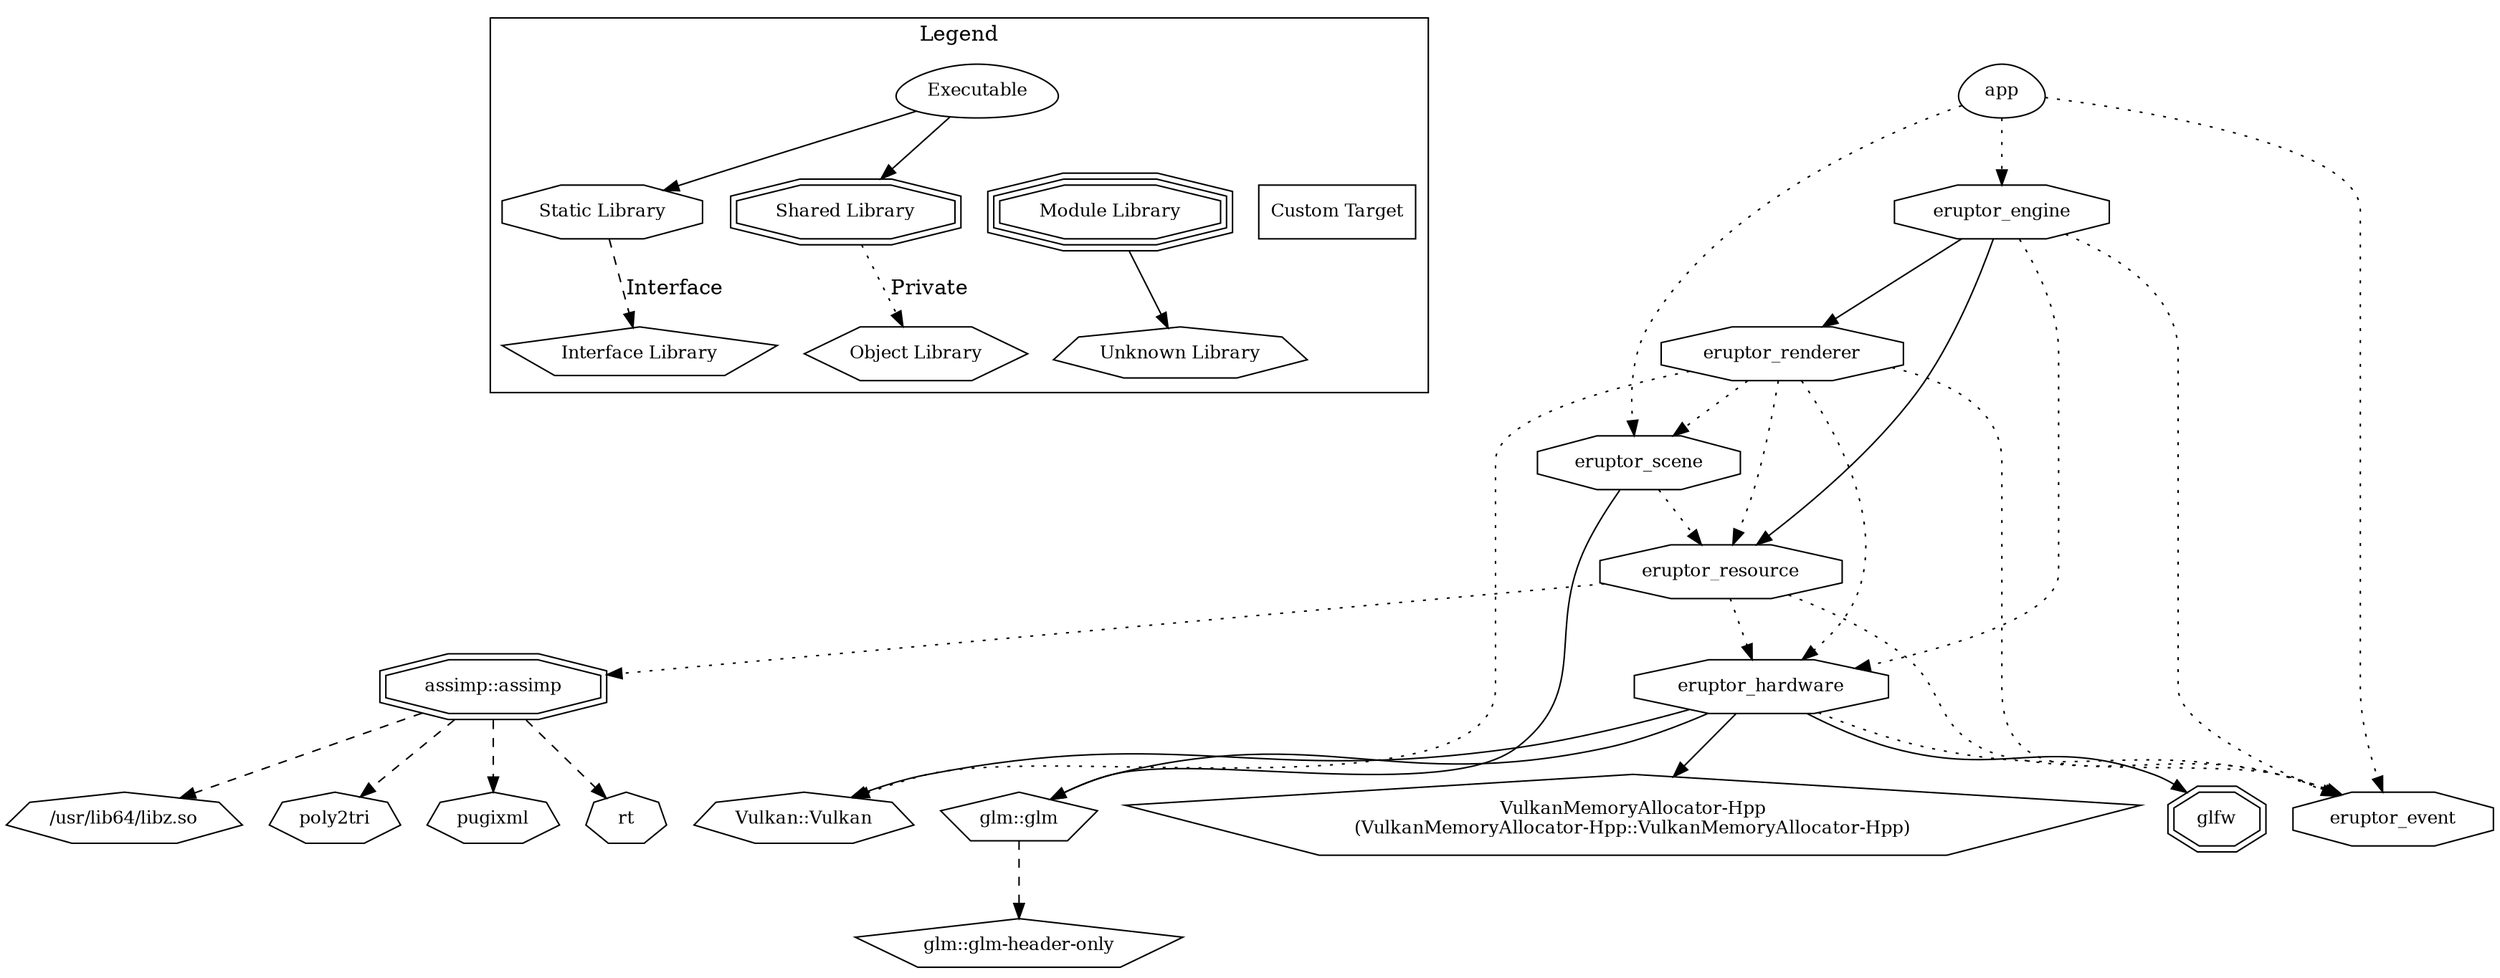
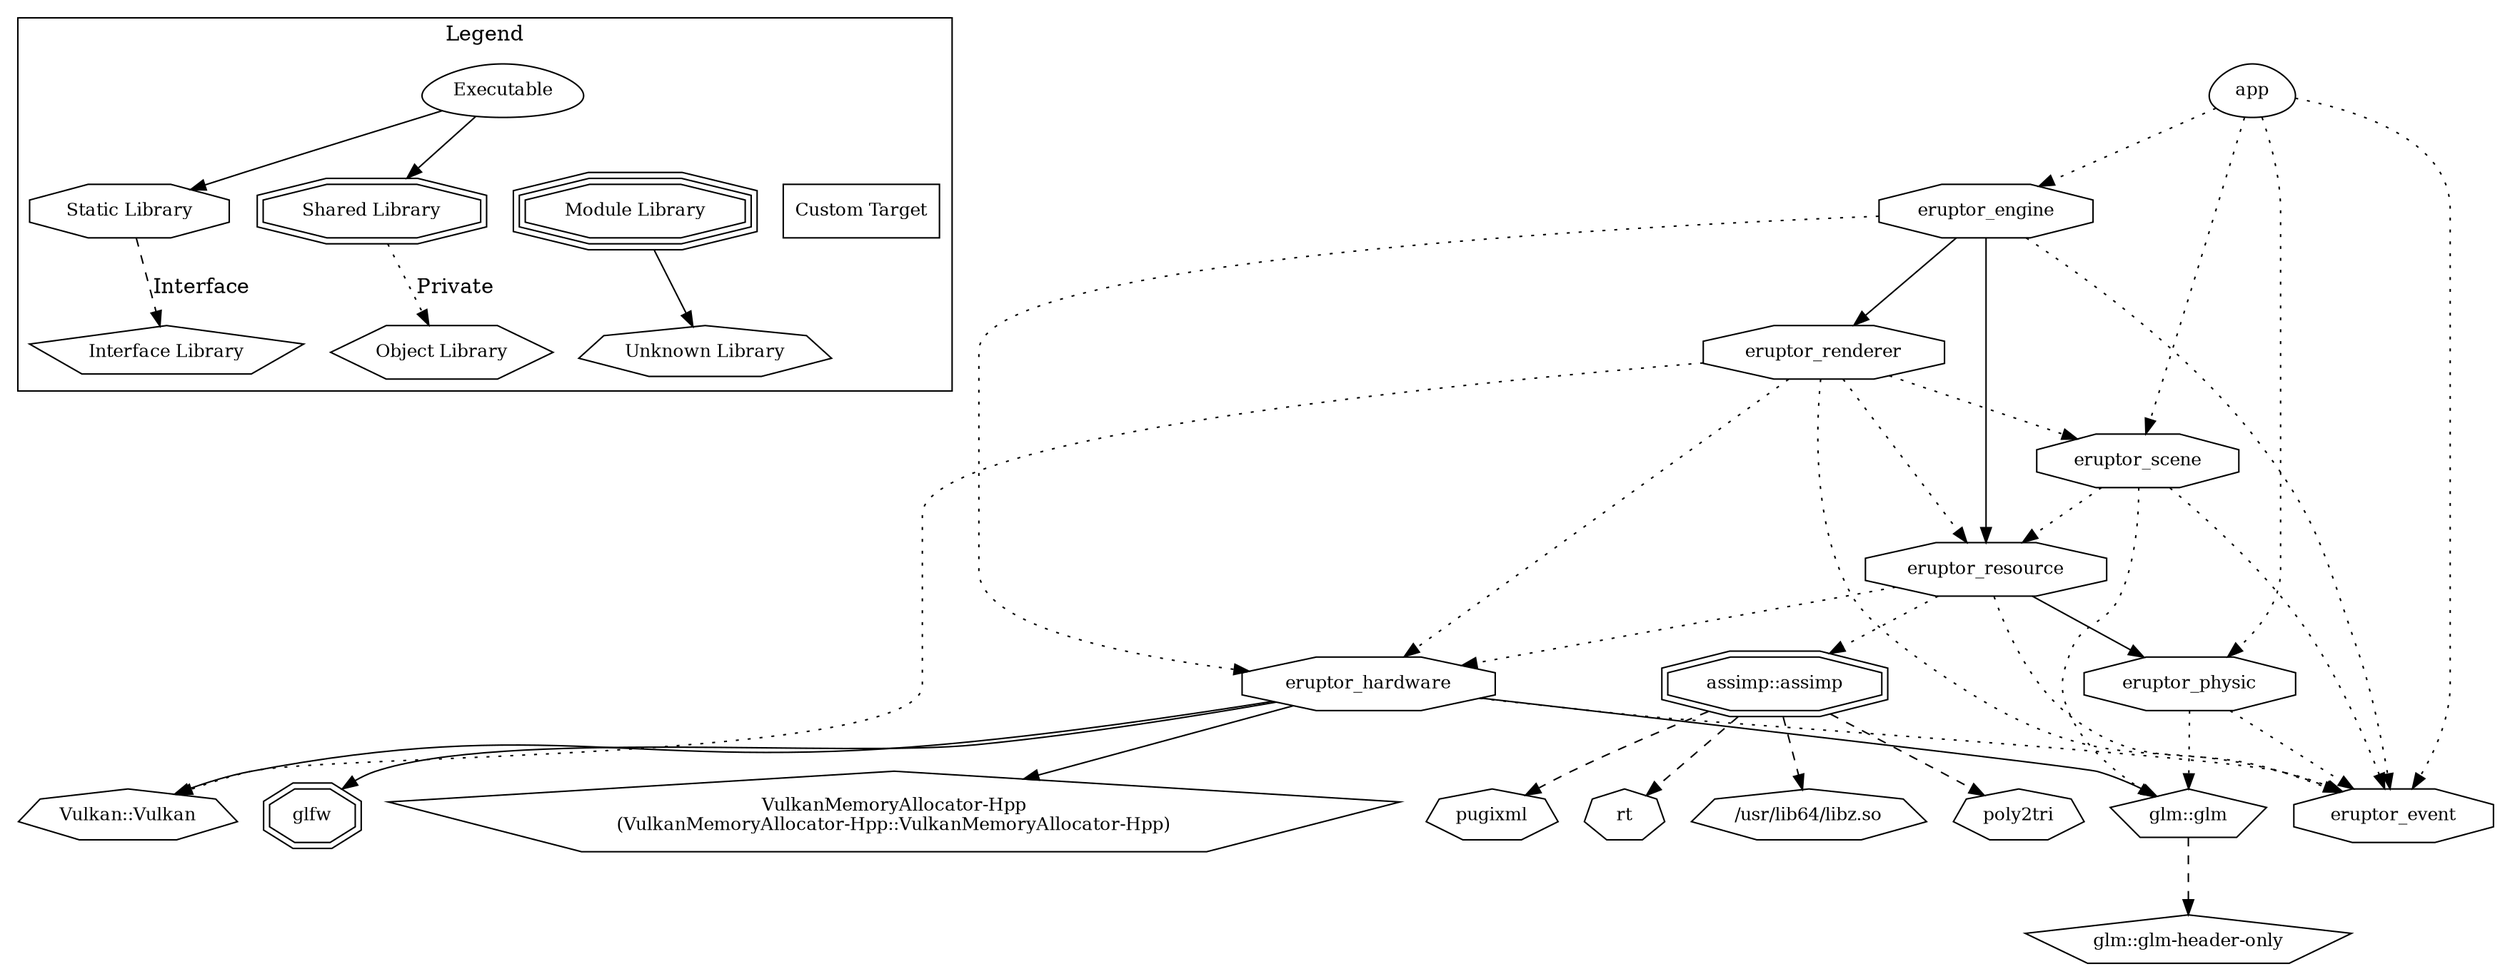
- digraph "eruptor" {
+ digraph "ovum" {
node [
  fontsize = "12"
];
subgraph clusterLegend {
  label = "Legend";
  color = black;
  edge [ style = invis ];
  legendNode0 [ label = "Executable", shape = egg ];
  legendNode1 [ label = "Static Library", shape = octagon ];
  legendNode2 [ label = "Shared Library", shape = doubleoctagon ];
  legendNode3 [ label = "Module Library", shape = tripleoctagon ];
  legendNode4 [ label = "Interface Library", shape = pentagon ];
  legendNode5 [ label = "Object Library", shape = hexagon ];
  legendNode6 [ label = "Unknown Library", shape = septagon ];
  legendNode7 [ label = "Custom Target", shape = box ];
  legendNode0 -> legendNode1 [ style = solid ];
  legendNode0 -> legendNode2 [ style = solid ];
  legendNode0 -> legendNode3;
  legendNode1 -> legendNode4 [ label = "Interface", style = dashed ];
  legendNode2 -> legendNode5 [ label = "Private", style = dotted ];
  legendNode3 -> legendNode6 [ style = solid ];
  legendNode0 -> legendNode7;
}
    "node0" [ label = "VulkanMemoryAllocator-Hpp\n(VulkanMemoryAllocator-Hpp::VulkanMemoryAllocator-Hpp)", shape = pentagon ];
    "node1" [ label = "app", shape = egg ];
    "node2" [ label = "eruptor_engine", shape = octagon ];
    "node3" [ label = "eruptor_event", shape = octagon ];
    "node2" -> "node3" [ style = dotted ] // eruptor_engine -> eruptor_event
    "node4" [ label = "eruptor_hardware", shape = octagon ];
    "node5" [ label = "Vulkan::Vulkan", shape = septagon ];
    "node4" -> "node5"  // eruptor_hardware -> Vulkan::Vulkan
    "node4" -> "node0"  // eruptor_hardware -> VulkanMemoryAllocator-Hpp
    "node4" -> "node3" [ style = dotted ] // eruptor_hardware -> eruptor_event
    "node6" [ label = "glfw", shape = doubleoctagon ];
    "node4" -> "node6"  // eruptor_hardware -> glfw
    "node7" [ label = "glm::glm", shape = pentagon ];
    "node8" [ label = "glm::glm-header-only", shape = pentagon ];
    "node7" -> "node8" [ style = dashed ] // glm::glm -> glm::glm-header-only
    "node4" -> "node7"  // eruptor_hardware -> glm::glm
    "node2" -> "node4" [ style = dotted ] // eruptor_engine -> eruptor_hardware
    "node9" [ label = "eruptor_renderer", shape = octagon ];
    "node9" -> "node5" [ style = dotted ] // eruptor_renderer -> Vulkan::Vulkan
    "node9" -> "node3" [ style = dotted ] // eruptor_renderer -> eruptor_event
    "node9" -> "node4" [ style = dotted ] // eruptor_renderer -> eruptor_hardware
    "node10" [ label = "eruptor_resource", shape = octagon ];
    "node11" [ label = "assimp::assimp", shape = doubleoctagon ];
    "node12" [ label = "/usr/lib64/libz.so", shape = septagon ];
    "node11" -> "node12" [ style = dashed ] // assimp::assimp -> /usr/lib64/libz.so
    "node13" [ label = "poly2tri", shape = septagon ];
    "node11" -> "node13" [ style = dashed ] // assimp::assimp -> poly2tri
    "node14" [ label = "pugixml", shape = septagon ];
    "node11" -> "node14" [ style = dashed ] // assimp::assimp -> pugixml
    "node15" [ label = "rt", shape = septagon ];
    "node11" -> "node15" [ style = dashed ] // assimp::assimp -> rt
    "node10" -> "node11" [ style = dotted ] // eruptor_resource -> assimp::assimp
    "node10" -> "node3" [ style = dotted ] // eruptor_resource -> eruptor_event
    "node10" -> "node4" [ style = dotted ] // eruptor_resource -> eruptor_hardware
+     "node16" [ label = "eruptor_physic", shape = octagon ];
+     "node16" -> "node3" [ style = dotted ] // eruptor_physic -> eruptor_event
+     "node16" -> "node7" [ style = dotted ] // eruptor_physic -> glm::glm
+     "node10" -> "node16"  // eruptor_resource -> eruptor_physic
    "node9" -> "node10" [ style = dotted ] // eruptor_renderer -> eruptor_resource
-     "node16" [ label = "eruptor_scene", shape = octagon ];
-     "node16" -> "node10" [ style = dotted ] // eruptor_scene -> eruptor_resource
-     "node16" -> "node7"  // eruptor_scene -> glm::glm
-     "node9" -> "node16" [ style = dotted ] // eruptor_renderer -> eruptor_scene
+     "node17" [ label = "eruptor_scene", shape = octagon ];
+     "node17" -> "node3" [ style = dotted ] // eruptor_scene -> eruptor_event
+     "node17" -> "node10" [ style = dotted ] // eruptor_scene -> eruptor_resource
+     "node17" -> "node7" [ style = dotted ] // eruptor_scene -> glm::glm
+     "node9" -> "node17" [ style = dotted ] // eruptor_renderer -> eruptor_scene
    "node2" -> "node9"  // eruptor_engine -> eruptor_renderer
    "node2" -> "node10"  // eruptor_engine -> eruptor_resource
    "node1" -> "node2" [ style = dotted ] // app -> eruptor_engine
    "node1" -> "node3" [ style = dotted ] // app -> eruptor_event
-     "node1" -> "node16" [ style = dotted ] // app -> eruptor_scene
+     "node1" -> "node16" [ style = dotted ] // app -> eruptor_physic
+     "node1" -> "node17" [ style = dotted ] // app -> eruptor_scene
}
